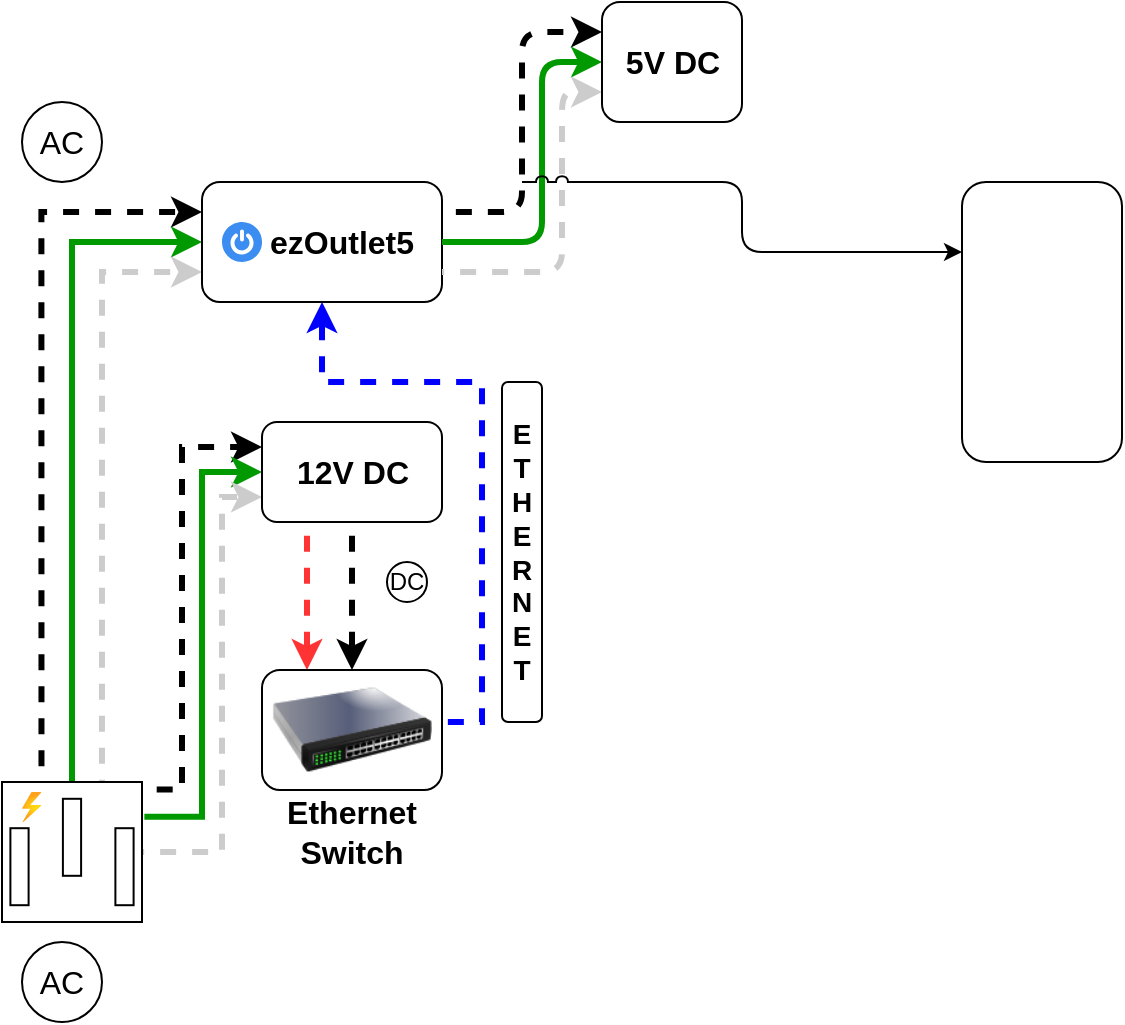
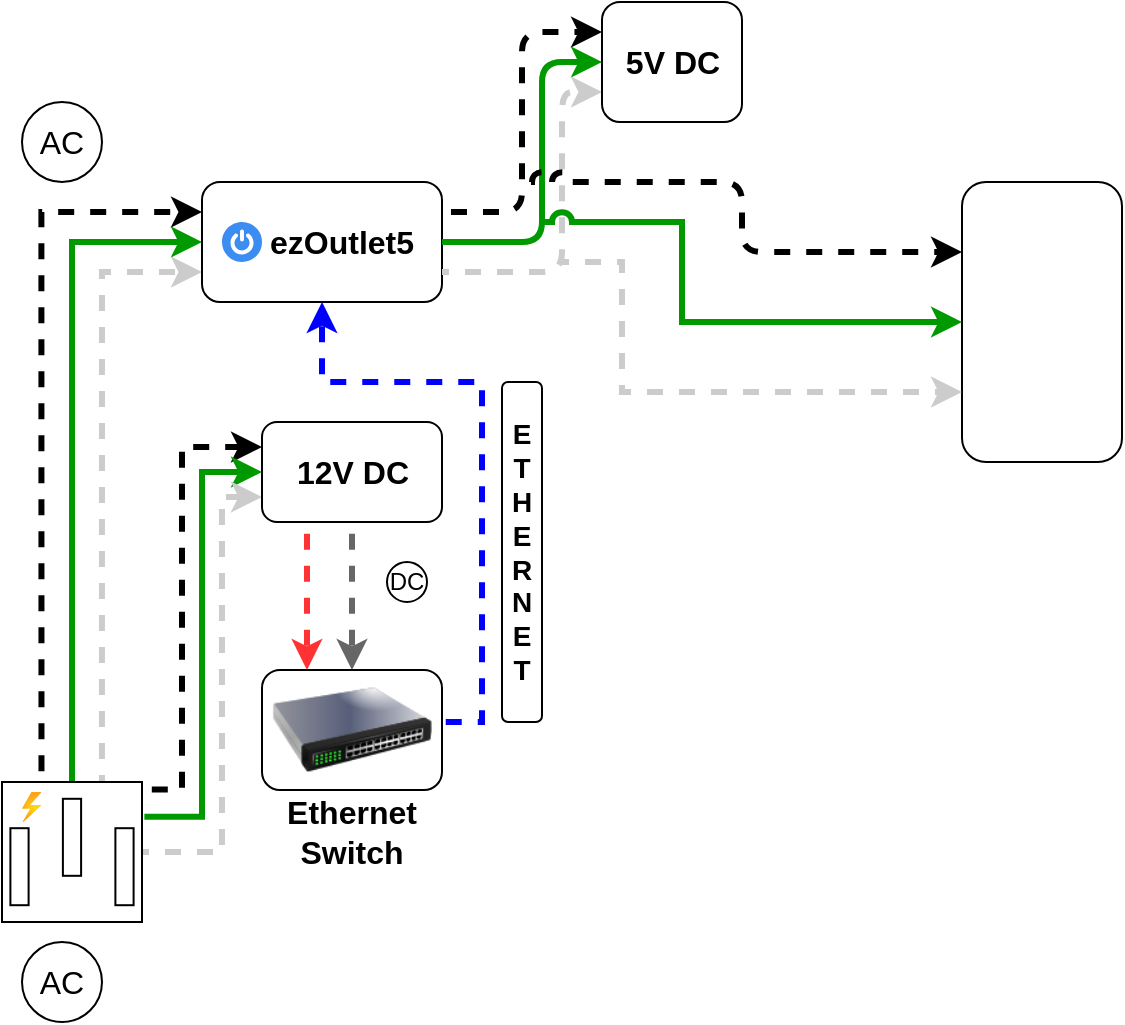
<mxfile host="app.diagrams.net" agent="Mozilla/5.0 (Windows NT 10.0; Win64; x64) AppleWebKit/537.36 (KHTML, like Gecko) Chrome/131.0.0.0 Safari/537.36 Edg/131.0.0.0" version="25.0.3">
  <diagram name="Page-1" id="VlRkN-xOVygPYa-iD9Ir">
    <mxGraphModel dx="600" dy="376" grid="1" gridSize="10" guides="1" tooltips="1" connect="1" arrows="1" fold="1" page="1" pageScale="1" pageWidth="1169" pageHeight="827" background="none" math="0" shadow="0">
      <root>
        <mxCell id="0" />
        <mxCell id="1" parent="0" />
-         <mxCell id="JVLtuT8sySUBbFbLTn6r-3" style="edgeStyle=orthogonalEdgeStyle;rounded=0;orthogonalLoop=1;jettySize=auto;html=1;entryX=0;entryY=0.25;entryDx=0;entryDy=0;exitX=0.282;exitY=-0.013;exitDx=0;exitDy=0;exitPerimeter=0;strokeWidth=3;flowAnimation=1;flowAnimationDirection=alternate;" edge="1" parent="1" source="pD8juBFKP1GN8B8eYQTb-1" target="pD8juBFKP1GN8B8eYQTb-3">
+         <mxCell id="JVLtuT8sySUBbFbLTn6r-3" style="edgeStyle=orthogonalEdgeStyle;rounded=0;orthogonalLoop=1;jettySize=auto;html=1;entryX=0;entryY=0.25;entryDx=0;entryDy=0;exitX=0.282;exitY=-0.013;exitDx=0;exitDy=0;exitPerimeter=0;strokeWidth=3;flowAnimation=1;flowAnimationDirection=alternate;flowAnimationTimingFunction=ease-in-out;" edge="1" parent="1" source="pD8juBFKP1GN8B8eYQTb-1" target="pD8juBFKP1GN8B8eYQTb-3">
          <mxGeometry relative="1" as="geometry" />
        </mxCell>
        <mxCell id="JVLtuT8sySUBbFbLTn6r-4" style="edgeStyle=orthogonalEdgeStyle;rounded=0;orthogonalLoop=1;jettySize=auto;html=1;exitX=0.5;exitY=0;exitDx=0;exitDy=0;exitPerimeter=0;entryX=0;entryY=0.5;entryDx=0;entryDy=0;strokeColor=#009900;strokeWidth=3;" edge="1" parent="1" source="pD8juBFKP1GN8B8eYQTb-1" target="pD8juBFKP1GN8B8eYQTb-3">
          <mxGeometry relative="1" as="geometry" />
        </mxCell>
-         <mxCell id="JVLtuT8sySUBbFbLTn6r-5" style="edgeStyle=orthogonalEdgeStyle;rounded=0;orthogonalLoop=1;jettySize=auto;html=1;entryX=0;entryY=0.75;entryDx=0;entryDy=0;exitX=0.714;exitY=0;exitDx=0;exitDy=0;exitPerimeter=0;strokeWidth=3;strokeColor=#CCCCCC;flowAnimation=1;flowAnimationDirection=alternate-reverse;" edge="1" parent="1" source="pD8juBFKP1GN8B8eYQTb-1" target="pD8juBFKP1GN8B8eYQTb-3">
+         <mxCell id="JVLtuT8sySUBbFbLTn6r-5" style="edgeStyle=orthogonalEdgeStyle;rounded=0;orthogonalLoop=1;jettySize=auto;html=1;entryX=0;entryY=0.75;entryDx=0;entryDy=0;exitX=0.714;exitY=0;exitDx=0;exitDy=0;exitPerimeter=0;strokeWidth=3;strokeColor=#CCCCCC;flowAnimation=1;flowAnimationDirection=alternate-reverse;flowAnimationTimingFunction=ease-in-out;" edge="1" parent="1" source="pD8juBFKP1GN8B8eYQTb-1" target="pD8juBFKP1GN8B8eYQTb-3">
          <mxGeometry relative="1" as="geometry">
            <mxPoint x="120" y="320" as="targetPoint" />
          </mxGeometry>
        </mxCell>
-         <mxCell id="JVLtuT8sySUBbFbLTn6r-6" style="edgeStyle=orthogonalEdgeStyle;rounded=0;orthogonalLoop=1;jettySize=auto;html=1;entryX=0;entryY=0.25;entryDx=0;entryDy=0;exitX=1.006;exitY=0.054;exitDx=0;exitDy=0;exitPerimeter=0;strokeWidth=3;flowAnimation=1;flowAnimationDirection=alternate;" edge="1" parent="1" source="pD8juBFKP1GN8B8eYQTb-1" target="pD8juBFKP1GN8B8eYQTb-24">
+         <mxCell id="JVLtuT8sySUBbFbLTn6r-6" style="edgeStyle=orthogonalEdgeStyle;rounded=0;orthogonalLoop=1;jettySize=auto;html=1;entryX=0;entryY=0.25;entryDx=0;entryDy=0;exitX=1.006;exitY=0.054;exitDx=0;exitDy=0;exitPerimeter=0;strokeWidth=3;flowAnimation=1;flowAnimationDirection=alternate;flowAnimationTimingFunction=ease-in-out;" edge="1" parent="1" source="pD8juBFKP1GN8B8eYQTb-1" target="pD8juBFKP1GN8B8eYQTb-24">
          <mxGeometry relative="1" as="geometry">
            <Array as="points">
              <mxPoint x="120" y="404" />
              <mxPoint x="120" y="233" />
            </Array>
          </mxGeometry>
        </mxCell>
        <mxCell id="JVLtuT8sySUBbFbLTn6r-7" style="edgeStyle=orthogonalEdgeStyle;rounded=0;orthogonalLoop=1;jettySize=auto;html=1;entryX=0;entryY=0.5;entryDx=0;entryDy=0;exitX=1.017;exitY=0.249;exitDx=0;exitDy=0;exitPerimeter=0;strokeWidth=3;strokeColor=#009900;" edge="1" parent="1" source="pD8juBFKP1GN8B8eYQTb-1" target="pD8juBFKP1GN8B8eYQTb-24">
          <mxGeometry relative="1" as="geometry" />
        </mxCell>
-         <mxCell id="JVLtuT8sySUBbFbLTn6r-8" style="edgeStyle=orthogonalEdgeStyle;rounded=0;orthogonalLoop=1;jettySize=auto;html=1;entryX=0;entryY=0.75;entryDx=0;entryDy=0;strokeColor=#CCCCCC;strokeWidth=3;flowAnimation=1;flowAnimationDirection=alternate-reverse;" edge="1" parent="1" source="pD8juBFKP1GN8B8eYQTb-1" target="pD8juBFKP1GN8B8eYQTb-24">
+         <mxCell id="JVLtuT8sySUBbFbLTn6r-8" style="edgeStyle=orthogonalEdgeStyle;rounded=0;orthogonalLoop=1;jettySize=auto;html=1;entryX=0;entryY=0.75;entryDx=0;entryDy=0;strokeColor=#CCCCCC;strokeWidth=3;flowAnimation=1;flowAnimationDirection=alternate-reverse;flowAnimationTimingFunction=ease-in-out;" edge="1" parent="1" source="pD8juBFKP1GN8B8eYQTb-1" target="pD8juBFKP1GN8B8eYQTb-24">
          <mxGeometry relative="1" as="geometry">
            <Array as="points">
              <mxPoint x="140" y="435" />
              <mxPoint x="140" y="258" />
            </Array>
          </mxGeometry>
        </mxCell>
        <mxCell id="JVLtuT8sySUBbFbLTn6r-1" value="" style="group" vertex="1" connectable="0" parent="1">
          <mxGeometry x="30" y="480" width="60" height="40" as="geometry" />
        </mxCell>
        <mxCell id="pD8juBFKP1GN8B8eYQTb-22" value="AC" style="text;html=1;align=center;verticalAlign=middle;whiteSpace=wrap;rounded=0;fontSize=16;" parent="JVLtuT8sySUBbFbLTn6r-1" vertex="1">
          <mxGeometry y="5" width="60" height="30" as="geometry" />
        </mxCell>
        <mxCell id="pD8juBFKP1GN8B8eYQTb-23" value="" style="ellipse;whiteSpace=wrap;html=1;fillColor=none;" parent="JVLtuT8sySUBbFbLTn6r-1" vertex="1">
          <mxGeometry x="10" width="40" height="40" as="geometry" />
        </mxCell>
        <mxCell id="JVLtuT8sySUBbFbLTn6r-2" value="" style="group" vertex="1" connectable="0" parent="1">
          <mxGeometry x="30" y="60" width="60" height="40" as="geometry" />
        </mxCell>
        <mxCell id="pD8juBFKP1GN8B8eYQTb-9" value="" style="ellipse;whiteSpace=wrap;html=1;fillColor=none;" parent="JVLtuT8sySUBbFbLTn6r-2" vertex="1">
          <mxGeometry x="10" width="40" height="40" as="geometry" />
        </mxCell>
        <mxCell id="pD8juBFKP1GN8B8eYQTb-11" value="AC" style="text;html=1;align=center;verticalAlign=middle;whiteSpace=wrap;rounded=0;fontSize=16;" parent="JVLtuT8sySUBbFbLTn6r-2" vertex="1">
          <mxGeometry y="5" width="60" height="30" as="geometry" />
        </mxCell>
        <mxCell id="JVLtuT8sySUBbFbLTn6r-9" value="" style="group" vertex="1" connectable="0" parent="1">
          <mxGeometry x="130" y="100" width="120" height="60" as="geometry" />
        </mxCell>
        <mxCell id="JVLtuT8sySUBbFbLTn6r-16" value="" style="group" vertex="1" connectable="0" parent="JVLtuT8sySUBbFbLTn6r-9">
          <mxGeometry width="120" height="60" as="geometry" />
        </mxCell>
        <mxCell id="pD8juBFKP1GN8B8eYQTb-3" value="" style="rounded=1;whiteSpace=wrap;html=1;" parent="JVLtuT8sySUBbFbLTn6r-16" vertex="1">
          <mxGeometry width="120" height="60" as="geometry" />
        </mxCell>
        <mxCell id="JVLtuT8sySUBbFbLTn6r-13" value="" style="sketch=0;html=1;aspect=fixed;strokeColor=none;shadow=0;fillColor=#3B8DF1;verticalAlign=top;labelPosition=center;verticalLabelPosition=bottom;shape=mxgraph.gcp2.a7_power" vertex="1" parent="JVLtuT8sySUBbFbLTn6r-16">
          <mxGeometry x="10" y="20" width="20" height="20" as="geometry" />
        </mxCell>
        <mxCell id="pD8juBFKP1GN8B8eYQTb-15" value="&lt;b&gt;ezOutlet5&lt;/b&gt;" style="text;html=1;align=center;verticalAlign=middle;whiteSpace=wrap;rounded=0;fontSize=16;" parent="JVLtuT8sySUBbFbLTn6r-16" vertex="1">
          <mxGeometry x="40" y="10" width="60" height="40" as="geometry" />
        </mxCell>
        <mxCell id="JVLtuT8sySUBbFbLTn6r-11" value="" style="group" vertex="1" connectable="0" parent="1">
          <mxGeometry x="160" y="220" width="90" height="50" as="geometry" />
        </mxCell>
        <mxCell id="pD8juBFKP1GN8B8eYQTb-24" value="" style="rounded=1;whiteSpace=wrap;html=1;" parent="JVLtuT8sySUBbFbLTn6r-11" vertex="1">
          <mxGeometry width="90" height="50" as="geometry" />
        </mxCell>
        <mxCell id="JVLtuT8sySUBbFbLTn6r-10" value="&lt;font style=&quot;font-size: 16px;&quot;&gt;&lt;b&gt;12V DC&lt;/b&gt;&lt;/font&gt;" style="text;html=1;align=center;verticalAlign=middle;whiteSpace=wrap;rounded=0;" vertex="1" parent="JVLtuT8sySUBbFbLTn6r-11">
          <mxGeometry x="15.75" y="10" width="58.5" height="30" as="geometry" />
        </mxCell>
        <mxCell id="JVLtuT8sySUBbFbLTn6r-18" value="" style="group" vertex="1" connectable="0" parent="1">
          <mxGeometry x="30" y="400" width="70" height="70" as="geometry" />
        </mxCell>
        <mxCell id="pD8juBFKP1GN8B8eYQTb-1" value="" style="pointerEvents=1;verticalLabelPosition=bottom;shadow=0;dashed=0;align=center;html=1;verticalAlign=top;shape=mxgraph.electrical.miscellaneous.ac_out" parent="JVLtuT8sySUBbFbLTn6r-18" vertex="1">
          <mxGeometry width="70" height="70" as="geometry" />
        </mxCell>
        <mxCell id="JVLtuT8sySUBbFbLTn6r-12" value="" style="image;aspect=fixed;html=1;points=[];align=center;fontSize=12;image=img/lib/azure2/general/Power.svg;" vertex="1" parent="JVLtuT8sySUBbFbLTn6r-18">
          <mxGeometry x="10" y="5" width="9.72" height="15" as="geometry" />
        </mxCell>
        <mxCell id="JVLtuT8sySUBbFbLTn6r-23" style="edgeStyle=orthogonalEdgeStyle;rounded=0;orthogonalLoop=1;jettySize=auto;html=1;entryX=0.25;entryY=0;entryDx=0;entryDy=0;exitX=0.25;exitY=1;exitDx=0;exitDy=0;strokeColor=#FF3333;strokeWidth=3;flowAnimation=1;" edge="1" parent="1" source="pD8juBFKP1GN8B8eYQTb-24" target="JVLtuT8sySUBbFbLTn6r-19">
          <mxGeometry relative="1" as="geometry" />
        </mxCell>
        <mxCell id="JVLtuT8sySUBbFbLTn6r-28" value="" style="group" vertex="1" connectable="0" parent="1">
          <mxGeometry x="220" y="290" width="25" height="20" as="geometry" />
        </mxCell>
        <mxCell id="JVLtuT8sySUBbFbLTn6r-26" value="" style="ellipse;whiteSpace=wrap;html=1;aspect=fixed;" vertex="1" parent="JVLtuT8sySUBbFbLTn6r-28">
          <mxGeometry x="2.5" width="20" height="20" as="geometry" />
        </mxCell>
        <mxCell id="JVLtuT8sySUBbFbLTn6r-27" value="&lt;font&gt;DC&lt;/font&gt;" style="text;html=1;align=center;verticalAlign=middle;whiteSpace=wrap;rounded=0;" vertex="1" parent="JVLtuT8sySUBbFbLTn6r-28">
          <mxGeometry y="2.5" width="25" height="15" as="geometry" />
        </mxCell>
-         <mxCell id="JVLtuT8sySUBbFbLTn6r-29" style="edgeStyle=orthogonalEdgeStyle;rounded=0;orthogonalLoop=1;jettySize=auto;html=1;exitX=0.5;exitY=1;exitDx=0;exitDy=0;entryX=0.5;entryY=0;entryDx=0;entryDy=0;strokeWidth=3;flowAnimation=1;" edge="1" parent="1" source="pD8juBFKP1GN8B8eYQTb-24" target="JVLtuT8sySUBbFbLTn6r-19">
+         <mxCell id="JVLtuT8sySUBbFbLTn6r-29" style="edgeStyle=orthogonalEdgeStyle;rounded=0;orthogonalLoop=1;jettySize=auto;html=1;exitX=0.5;exitY=1;exitDx=0;exitDy=0;entryX=0.5;entryY=0;entryDx=0;entryDy=0;strokeWidth=3;flowAnimation=1;strokeColor=#666666;" edge="1" parent="1" source="pD8juBFKP1GN8B8eYQTb-24" target="JVLtuT8sySUBbFbLTn6r-19">
          <mxGeometry relative="1" as="geometry" />
        </mxCell>
        <mxCell id="JVLtuT8sySUBbFbLTn6r-30" style="edgeStyle=orthogonalEdgeStyle;rounded=0;orthogonalLoop=1;jettySize=auto;html=1;exitX=1;exitY=0.5;exitDx=0;exitDy=0;entryX=0.5;entryY=1;entryDx=0;entryDy=0;strokeColor=#0000FF;strokeWidth=3;flowAnimation=1;" edge="1" parent="1" source="JVLtuT8sySUBbFbLTn6r-19" target="pD8juBFKP1GN8B8eYQTb-3">
          <mxGeometry relative="1" as="geometry">
            <Array as="points">
              <mxPoint x="270" y="370" />
              <mxPoint x="270" y="200" />
              <mxPoint x="190" y="200" />
            </Array>
          </mxGeometry>
        </mxCell>
        <mxCell id="JVLtuT8sySUBbFbLTn6r-31" value="" style="rounded=1;whiteSpace=wrap;html=1;" vertex="1" parent="1">
          <mxGeometry x="280" y="200" width="20" height="170" as="geometry" />
        </mxCell>
        <mxCell id="JVLtuT8sySUBbFbLTn6r-32" value="&lt;b&gt;&lt;font style=&quot;font-size: 14px;&quot;&gt;E&lt;/font&gt;&lt;/b&gt;&lt;div&gt;&lt;b&gt;&lt;font style=&quot;font-size: 14px;&quot;&gt;T&lt;/font&gt;&lt;/b&gt;&lt;/div&gt;&lt;div&gt;&lt;b&gt;&lt;font style=&quot;font-size: 14px;&quot;&gt;H&lt;/font&gt;&lt;/b&gt;&lt;/div&gt;&lt;div&gt;&lt;b&gt;&lt;font style=&quot;font-size: 14px;&quot;&gt;E&lt;/font&gt;&lt;/b&gt;&lt;/div&gt;&lt;div&gt;&lt;b&gt;&lt;font style=&quot;font-size: 14px;&quot;&gt;R&lt;/font&gt;&lt;/b&gt;&lt;/div&gt;&lt;div&gt;&lt;b&gt;&lt;font style=&quot;font-size: 14px;&quot;&gt;N&lt;/font&gt;&lt;/b&gt;&lt;/div&gt;&lt;div&gt;&lt;b&gt;&lt;font style=&quot;font-size: 14px;&quot;&gt;E&lt;/font&gt;&lt;/b&gt;&lt;/div&gt;&lt;div&gt;&lt;b&gt;&lt;font style=&quot;font-size: 14px;&quot;&gt;T&lt;/font&gt;&lt;/b&gt;&lt;/div&gt;" style="text;html=1;align=center;verticalAlign=middle;whiteSpace=wrap;rounded=0;" vertex="1" parent="1">
          <mxGeometry x="275" y="180" width="30" height="210" as="geometry" />
        </mxCell>
        <mxCell id="JVLtuT8sySUBbFbLTn6r-33" value="" style="rounded=1;whiteSpace=wrap;html=1;" vertex="1" parent="1">
          <mxGeometry x="510" y="100" width="80" height="140" as="geometry" />
        </mxCell>
-         <mxCell id="JVLtuT8sySUBbFbLTn6r-35" style="edgeStyle=orthogonalEdgeStyle;rounded=1;orthogonalLoop=1;jettySize=auto;html=1;exitX=1;exitY=0.25;exitDx=0;exitDy=0;entryX=0;entryY=0.25;entryDx=0;entryDy=0;curved=0;strokeWidth=3;flowAnimation=1;flowAnimationDirection=alternate;" edge="1" parent="1" source="pD8juBFKP1GN8B8eYQTb-3" target="JVLtuT8sySUBbFbLTn6r-34">
+         <mxCell id="JVLtuT8sySUBbFbLTn6r-35" style="edgeStyle=orthogonalEdgeStyle;rounded=1;orthogonalLoop=1;jettySize=auto;html=1;exitX=1;exitY=0.25;exitDx=0;exitDy=0;entryX=0;entryY=0.25;entryDx=0;entryDy=0;curved=0;strokeWidth=3;flowAnimation=1;flowAnimationDirection=alternate;flowAnimationTimingFunction=ease-in-out;" edge="1" parent="1" source="pD8juBFKP1GN8B8eYQTb-3" target="JVLtuT8sySUBbFbLTn6r-34">
          <mxGeometry relative="1" as="geometry" />
        </mxCell>
        <mxCell id="JVLtuT8sySUBbFbLTn6r-36" style="edgeStyle=orthogonalEdgeStyle;rounded=1;orthogonalLoop=1;jettySize=auto;html=1;exitX=1;exitY=0.5;exitDx=0;exitDy=0;entryX=0;entryY=0.5;entryDx=0;entryDy=0;curved=0;strokeWidth=3;strokeColor=#009900;" edge="1" parent="1" source="pD8juBFKP1GN8B8eYQTb-3" target="JVLtuT8sySUBbFbLTn6r-34">
          <mxGeometry relative="1" as="geometry">
            <Array as="points">
              <mxPoint x="300" y="130" />
              <mxPoint x="300" y="40" />
            </Array>
          </mxGeometry>
        </mxCell>
-         <mxCell id="JVLtuT8sySUBbFbLTn6r-37" style="edgeStyle=orthogonalEdgeStyle;rounded=1;orthogonalLoop=1;jettySize=auto;html=1;exitX=1;exitY=0.75;exitDx=0;exitDy=0;entryX=0;entryY=0.75;entryDx=0;entryDy=0;curved=0;strokeColor=#CCCCCC;strokeWidth=3;flowAnimation=1;flowAnimationDirection=alternate-reverse;" edge="1" parent="1" source="pD8juBFKP1GN8B8eYQTb-3" target="JVLtuT8sySUBbFbLTn6r-34">
+         <mxCell id="JVLtuT8sySUBbFbLTn6r-37" style="edgeStyle=orthogonalEdgeStyle;rounded=1;orthogonalLoop=1;jettySize=auto;html=1;exitX=1;exitY=0.75;exitDx=0;exitDy=0;entryX=0;entryY=0.75;entryDx=0;entryDy=0;curved=0;strokeColor=#CCCCCC;strokeWidth=3;flowAnimation=1;flowAnimationDirection=alternate-reverse;flowAnimationTimingFunction=ease-in-out;" edge="1" parent="1" source="pD8juBFKP1GN8B8eYQTb-3" target="JVLtuT8sySUBbFbLTn6r-34">
          <mxGeometry relative="1" as="geometry">
            <Array as="points">
              <mxPoint x="310" y="145" />
              <mxPoint x="310" y="55" />
            </Array>
          </mxGeometry>
        </mxCell>
-         <mxCell id="JVLtuT8sySUBbFbLTn6r-40" value="" style="endArrow=classic;html=1;rounded=1;curved=0;entryX=0;entryY=0.25;entryDx=0;entryDy=0;jumpStyle=arc;" edge="1" parent="1" target="JVLtuT8sySUBbFbLTn6r-33">
+         <mxCell id="JVLtuT8sySUBbFbLTn6r-40" value="" style="endArrow=classic;html=1;rounded=1;curved=0;entryX=0;entryY=0.25;entryDx=0;entryDy=0;jumpStyle=arc;strokeWidth=3;flowAnimation=1;flowAnimationDirection=alternate;flowAnimationTimingFunction=ease-in-out;" edge="1" parent="1" target="JVLtuT8sySUBbFbLTn6r-33">
          <mxGeometry width="50" height="50" relative="1" as="geometry">
            <mxPoint x="290" y="100" as="sourcePoint" />
            <mxPoint x="410" y="170" as="targetPoint" />
            <Array as="points">
              <mxPoint x="400" y="100" />
              <mxPoint x="400" y="135" />
            </Array>
          </mxGeometry>
        </mxCell>
        <mxCell id="JVLtuT8sySUBbFbLTn6r-51" value="" style="group" vertex="1" connectable="0" parent="1">
          <mxGeometry x="160" y="344" width="90" height="96" as="geometry" />
        </mxCell>
        <mxCell id="JVLtuT8sySUBbFbLTn6r-21" value="" style="group" vertex="1" connectable="0" parent="JVLtuT8sySUBbFbLTn6r-51">
          <mxGeometry width="90" height="70" as="geometry" />
        </mxCell>
        <mxCell id="JVLtuT8sySUBbFbLTn6r-50" value="" style="group" vertex="1" connectable="0" parent="JVLtuT8sySUBbFbLTn6r-21">
          <mxGeometry width="90" height="70" as="geometry" />
        </mxCell>
        <mxCell id="JVLtuT8sySUBbFbLTn6r-19" value="" style="rounded=1;whiteSpace=wrap;html=1;" vertex="1" parent="JVLtuT8sySUBbFbLTn6r-50">
          <mxGeometry width="90" height="60" as="geometry" />
        </mxCell>
        <mxCell id="JVLtuT8sySUBbFbLTn6r-49" value="" style="image;html=1;image=img/lib/clip_art/networking/Switch_128x128.png" vertex="1" parent="JVLtuT8sySUBbFbLTn6r-50">
          <mxGeometry x="5" y="-10" width="80" height="80" as="geometry" />
        </mxCell>
        <mxCell id="JVLtuT8sySUBbFbLTn6r-20" value="&lt;b&gt;&lt;font style=&quot;font-size: 16px;&quot;&gt;Ethernet&lt;/font&gt;&lt;/b&gt;&lt;div&gt;&lt;b&gt;&lt;font style=&quot;font-size: 16px;&quot;&gt;Switch&lt;/font&gt;&lt;/b&gt;&lt;/div&gt;" style="text;html=1;align=center;verticalAlign=middle;whiteSpace=wrap;rounded=0;" vertex="1" parent="JVLtuT8sySUBbFbLTn6r-51">
          <mxGeometry x="15" y="66" width="60" height="30" as="geometry" />
        </mxCell>
        <mxCell id="JVLtuT8sySUBbFbLTn6r-53" value="" style="group" vertex="1" connectable="0" parent="1">
          <mxGeometry x="330" y="10" width="70" height="60" as="geometry" />
        </mxCell>
        <mxCell id="JVLtuT8sySUBbFbLTn6r-34" value="" style="rounded=1;whiteSpace=wrap;html=1;" vertex="1" parent="JVLtuT8sySUBbFbLTn6r-53">
          <mxGeometry width="70" height="60" as="geometry" />
        </mxCell>
        <mxCell id="JVLtuT8sySUBbFbLTn6r-52" value="&lt;font style=&quot;font-size: 16px;&quot;&gt;&lt;b&gt;5&lt;/b&gt;&lt;/font&gt;&lt;b style=&quot;font-size: 16px; background-color: initial;&quot;&gt;V DC&lt;/b&gt;" style="text;html=1;align=center;verticalAlign=middle;whiteSpace=wrap;rounded=0;" vertex="1" parent="JVLtuT8sySUBbFbLTn6r-53">
          <mxGeometry x="5.75" y="15" width="58.5" height="30" as="geometry" />
+         </mxCell>
+         <mxCell id="JVLtuT8sySUBbFbLTn6r-54" value="" style="endArrow=classic;html=1;rounded=0;entryX=0;entryY=0.5;entryDx=0;entryDy=0;jumpStyle=arc;strokeColor=#009900;strokeWidth=3;" edge="1" parent="1" target="JVLtuT8sySUBbFbLTn6r-33">
+           <mxGeometry width="50" height="50" relative="1" as="geometry">
+             <mxPoint x="300" y="120" as="sourcePoint" />
+             <mxPoint x="350" y="80" as="targetPoint" />
+             <Array as="points">
+               <mxPoint x="370" y="120" />
+               <mxPoint x="370" y="170" />
+             </Array>
+           </mxGeometry>
+         </mxCell>
+         <mxCell id="JVLtuT8sySUBbFbLTn6r-55" value="" style="endArrow=classic;html=1;rounded=0;entryX=0;entryY=0.75;entryDx=0;entryDy=0;strokeColor=#CCCCCC;strokeWidth=3;jumpStyle=arc;flowAnimation=1;flowAnimationDirection=alternate-reverse;flowAnimationTimingFunction=ease-in-out;" edge="1" parent="1" target="JVLtuT8sySUBbFbLTn6r-33">
+           <mxGeometry width="50" height="50" relative="1" as="geometry">
+             <mxPoint x="310" y="140" as="sourcePoint" />
+             <mxPoint x="350" y="140" as="targetPoint" />
+             <Array as="points">
+               <mxPoint x="340" y="140" />
+               <mxPoint x="340" y="205" />
+             </Array>
+           </mxGeometry>
        </mxCell>
      </root>
    </mxGraphModel>
  </diagram>
</mxfile>
